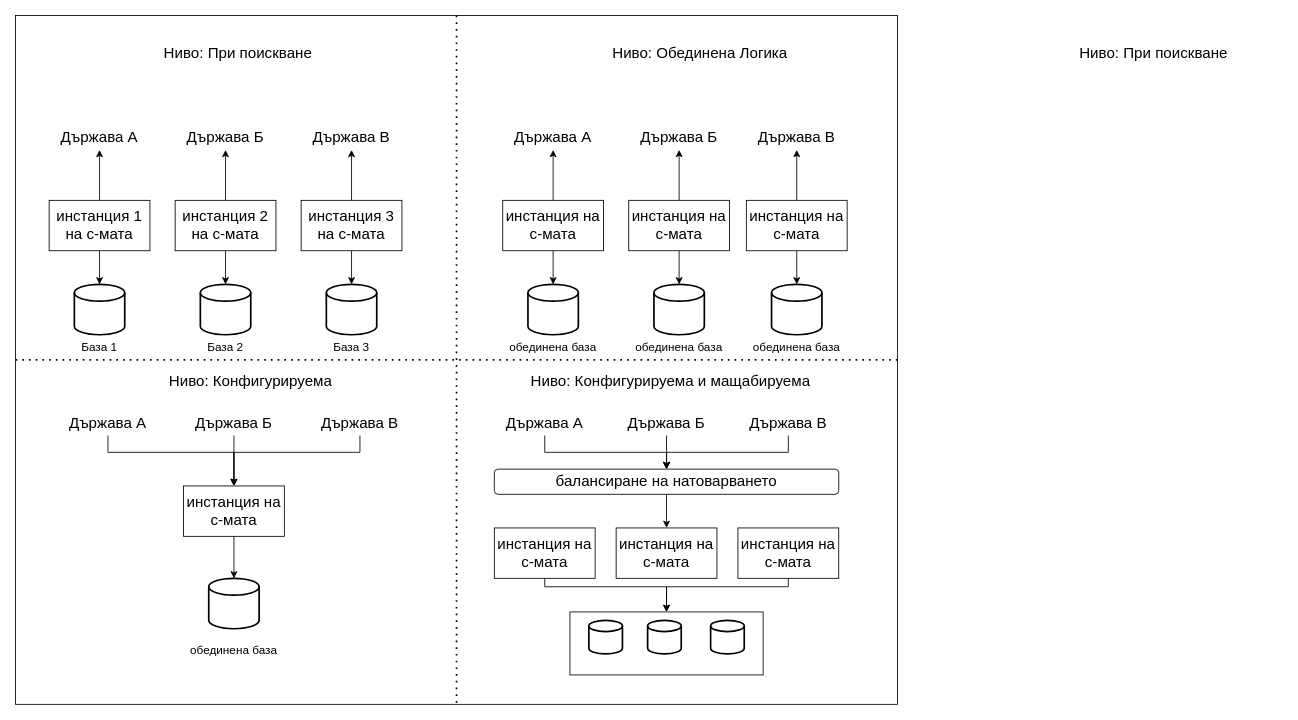
Before: Chapter2/ArchMaturityModel.drawio in profjordanov/phd, a draw.io diagram. Source tidied: cells renumbered, new cells numbered last; positions are measured from the earlier drawing's top-left corner, leaving out a move shared by most shapes. Both pictures are drawn from the tidied source at 84%, with x=0, y=0 at pixel (15, 15).
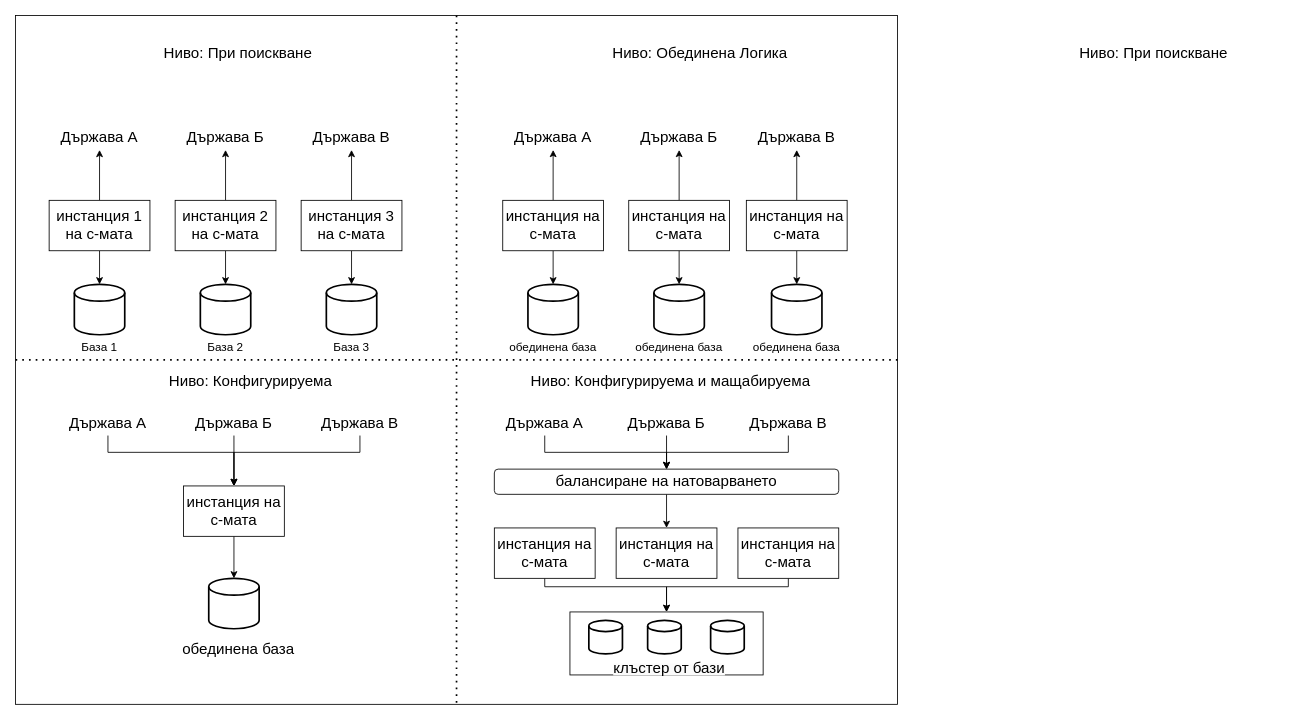
After the change.

Diff of the diagram source:
```diff
@@
-    <mxCell id="68" value="&lt;font style=&quot;font-size: 14px;&quot;&gt;обединена база&lt;/font&gt;" style="text;html=1;strokeColor=none;fillColor=none;align=center;verticalAlign=middle;whiteSpace=wrap;rounded=0;" parent="1" vertex="1">
-      <mxGeometry x="205" y="740" width="110" height="30" as="geometry" />
+    <mxCell id="68" value="&lt;font style=&quot;font-size: 18px;&quot;&gt;обединена база&lt;/font&gt;" style="text;html=1;strokeColor=none;fillColor=none;align=center;verticalAlign=middle;whiteSpace=wrap;rounded=0;" parent="1" vertex="1">
+      <mxGeometry x="192.5" y="740" width="145" height="30" as="geometry" />
     </mxCell>
@@
+    <mxCell id="73" value="&lt;span style=&quot;color: rgb(0, 0, 0); font-family: Helvetica; font-style: normal; font-variant-ligatures: normal; font-variant-caps: normal; font-weight: 400; letter-spacing: normal; orphans: 2; text-align: left; text-indent: 0px; text-transform: none; widows: 2; word-spacing: 0px; -webkit-text-stroke-width: 0px; background-color: rgb(251, 251, 251); text-decoration-thickness: initial; text-decoration-style: initial; text-decoration-color: initial; float: none; display: inline !important;&quot;&gt;&lt;font style=&quot;font-size: 18px;&quot;&gt;клъстер от бази&lt;/font&gt;&lt;/span&gt;" style="text;whiteSpace=wrap;html=1;" parent="1" vertex="1">
+      <mxGeometry x="710" y="760" width="150" height="20" as="geometry" />
+    </mxCell>
```
